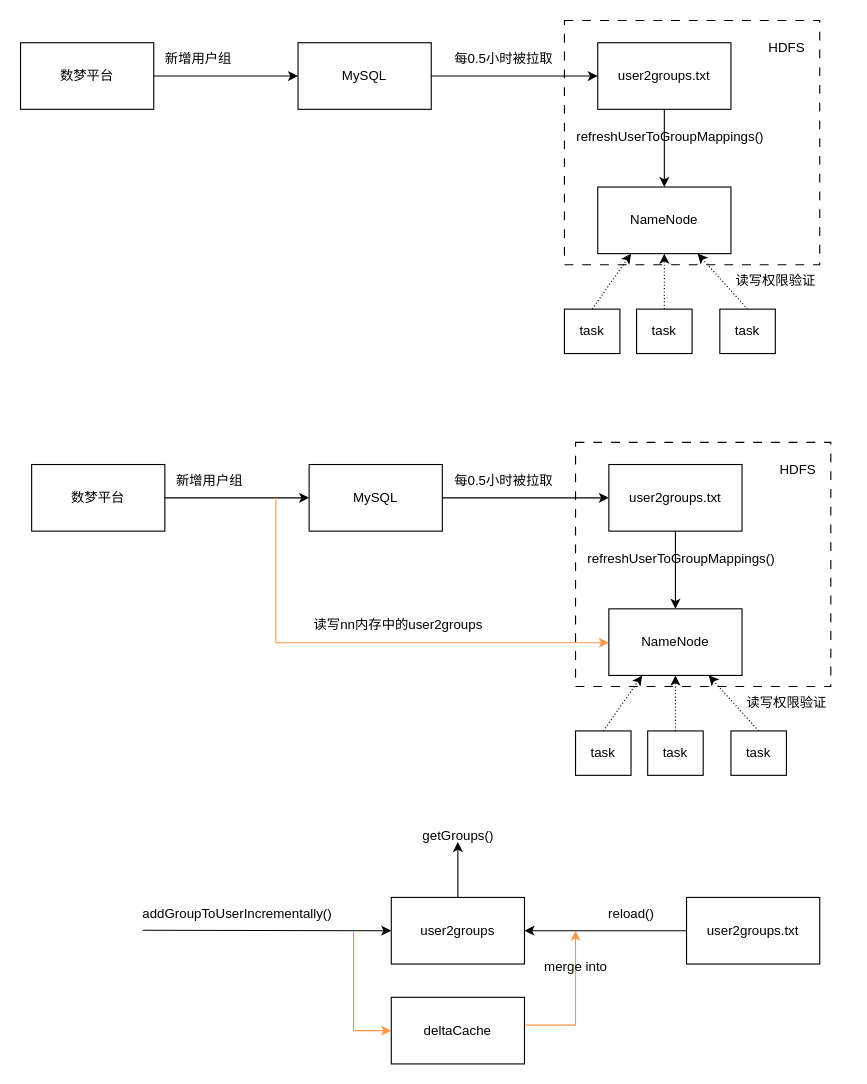
Before: refeshUser2Group.drawio in wmsj2000/drawio, a draw.io diagram. Source tidied: cells renumbered, new cells numbered last; positions are measured from the earlier drawing's top-left corner, leaving out a move shared by most shapes. Both pictures are drawn from the tidied source at 111%, with x=0, y=0 at pixel (20, 20).
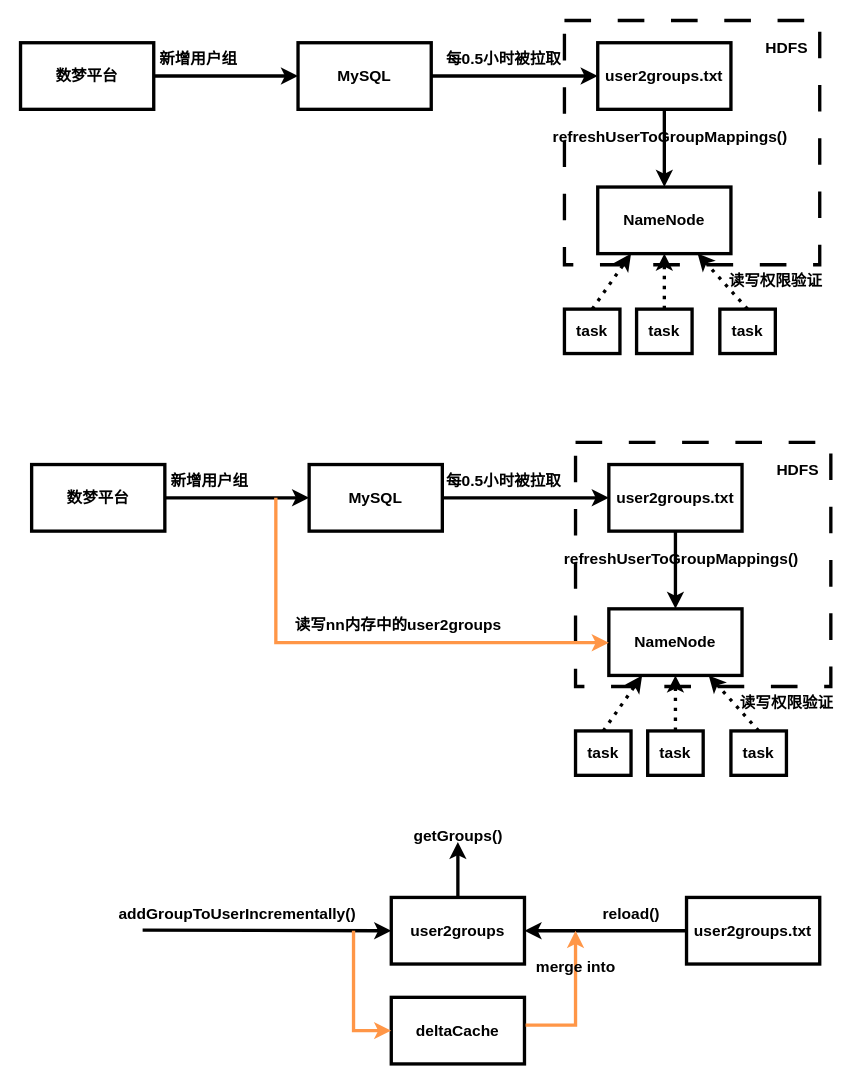
After the change.

Diff of the diagram source:
```diff
@@
-    <mxCell id="2" style="rounded=0;whiteSpace=wrap;html=1;dashed=1;dashPattern=8 8;" parent="1" vertex="1">
+    <mxCell id="2" style="rounded=0;whiteSpace=wrap;html=1;dashed=1;dashPattern=8 8;strokeWidth=3;fontStyle=1;fontSize=14;" parent="1" vertex="1">
       <mxGeometry x="490" width="230" height="220" as="geometry" />
     </mxCell>
-    <mxCell id="3" value="数梦平台" style="rounded=0;whiteSpace=wrap;html=1;" parent="1" vertex="1">
+    <mxCell id="3" value="数梦平台" style="rounded=0;whiteSpace=wrap;html=1;strokeWidth=3;fontStyle=1;fontSize=14;" parent="1" vertex="1">
       <mxGeometry y="20" width="120" height="60" as="geometry" />
     </mxCell>
-    <mxCell id="4" value="MySQL" style="rounded=0;whiteSpace=wrap;html=1;" parent="1" vertex="1">
+    <mxCell id="4" value="MySQL" style="rounded=0;whiteSpace=wrap;html=1;strokeWidth=3;fontStyle=1;fontSize=14;" parent="1" vertex="1">
       <mxGeometry x="250" y="20" width="120" height="60" as="geometry" />
     </mxCell>
-    <mxCell id="5" value="user2groups.txt" style="rounded=0;whiteSpace=wrap;html=1;" parent="1" vertex="1">
+    <mxCell id="5" value="user2groups.txt" style="rounded=0;whiteSpace=wrap;html=1;strokeWidth=3;fontStyle=1;fontSize=14;" parent="1" vertex="1">
       <mxGeometry x="520" y="20" width="120" height="60" as="geometry" />
     </mxCell>
-    <mxCell id="6" value="NameNode" style="rounded=0;whiteSpace=wrap;html=1;" parent="1" vertex="1">
+    <mxCell id="6" value="NameNode" style="rounded=0;whiteSpace=wrap;html=1;strokeWidth=3;fontStyle=1;fontSize=14;" parent="1" vertex="1">
       <mxGeometry x="520" y="150" width="120" height="60" as="geometry" />
     </mxCell>
-    <mxCell id="7" style="endArrow=classic;html=1;rounded=0;exitX=1;exitY=0.5;exitDx=0;exitDy=0;entryX=0;entryY=0.5;entryDx=0;entryDy=0;" parent="1" edge="1" source="3" target="4">
+    <mxCell id="7" style="endArrow=classic;html=1;rounded=0;exitX=1;exitY=0.5;exitDx=0;exitDy=0;entryX=0;entryY=0.5;entryDx=0;entryDy=0;strokeWidth=3;fontStyle=1;fontSize=14;" parent="1" edge="1" source="3" target="4">
       <mxGeometry relative="1" as="geometry" />
     </mxCell>
-    <mxCell id="8" value="新增用户组" style="text;html=1;align=center;verticalAlign=middle;strokeColor=none;fillColor=none;" parent="1" vertex="1">
-      <mxGeometry x="120" y="20" width="80" height="30" as="geometry" />
+    <mxCell id="8" value="新增用户组" style="text;html=1;align=center;verticalAlign=middle;strokeColor=none;fillColor=none;strokeWidth=3;fontStyle=1;fontSize=14;" parent="1" vertex="1">
+      <mxGeometry x="115" y="20" width="90" height="30" as="geometry" />
     </mxCell>
-    <mxCell id="9" style="endArrow=classic;html=1;rounded=0;exitX=1;exitY=0.5;exitDx=0;exitDy=0;" parent="1" edge="1" source="4" target="5">
+    <mxCell id="9" style="endArrow=classic;html=1;rounded=0;exitX=1;exitY=0.5;exitDx=0;exitDy=0;strokeWidth=3;fontStyle=1;fontSize=14;" parent="1" edge="1" source="4" target="5">
       <mxGeometry relative="1" as="geometry" />
     </mxCell>
-    <mxCell id="10" style="endArrow=classic;html=1;rounded=0;exitX=0.5;exitY=1;exitDx=0;exitDy=0;" parent="1" edge="1" source="5" target="6">
+    <mxCell id="10" style="endArrow=classic;html=1;rounded=0;exitX=0.5;exitY=1;exitDx=0;exitDy=0;strokeWidth=3;fontStyle=1;fontSize=14;" parent="1" edge="1" source="5" target="6">
       <mxGeometry relative="1" as="geometry" />
     </mxCell>
-    <mxCell id="11" value="refreshUserToGroupMappings()" style="text;html=1;align=center;verticalAlign=middle;strokeColor=none;fillColor=none;" parent="1" vertex="1">
-      <mxGeometry x="490" y="90" width="190" height="30" as="geometry" />
+    <mxCell id="11" value="refreshUserToGroupMappings()" style="text;html=1;align=center;verticalAlign=middle;strokeColor=none;fillColor=none;strokeWidth=3;fontStyle=1;fontSize=14;" parent="1" vertex="1">
+      <mxGeometry x="475" y="90" width="220" height="30" as="geometry" />
     </mxCell>
-    <mxCell id="12" value="HDFS" style="text;html=1;align=center;verticalAlign=middle;strokeColor=none;fillColor=none;" parent="1" vertex="1">
+    <mxCell id="12" value="HDFS" style="text;html=1;align=center;verticalAlign=middle;strokeColor=none;fillColor=none;strokeWidth=3;fontStyle=1;fontSize=14;" parent="1" vertex="1">
       <mxGeometry x="660" y="10" width="60" height="30" as="geometry" />
     </mxCell>
-    <mxCell id="13" value="读写权限验证" style="text;html=1;align=center;verticalAlign=middle;strokeColor=none;fillColor=none;" parent="1" vertex="1">
-      <mxGeometry x="630" y="220" width="100" height="30" as="geometry" />
+    <mxCell id="13" value="读写权限验证" style="text;html=1;align=center;verticalAlign=middle;strokeColor=none;fillColor=none;strokeWidth=3;fontStyle=1;fontSize=14;" parent="1" vertex="1">
+      <mxGeometry x="625" y="220" width="110" height="30" as="geometry" />
     </mxCell>
-    <mxCell id="14" value="task" style="rounded=0;whiteSpace=wrap;html=1;" parent="1" vertex="1">
+    <mxCell id="14" value="task" style="rounded=0;whiteSpace=wrap;html=1;strokeWidth=3;fontStyle=1;fontSize=14;" parent="1" vertex="1">
       <mxGeometry x="555" y="260" width="50" height="40" as="geometry" />
     </mxCell>
-    <mxCell id="15" value="task" style="rounded=0;whiteSpace=wrap;html=1;" parent="1" vertex="1">
+    <mxCell id="15" value="task" style="rounded=0;whiteSpace=wrap;html=1;strokeWidth=3;fontStyle=1;fontSize=14;" parent="1" vertex="1">
       <mxGeometry x="490" y="260" width="50" height="40" as="geometry" />
     </mxCell>
-    <mxCell id="16" style="endArrow=classic;html=1;rounded=0;entryX=0.25;entryY=1;entryDx=0;entryDy=0;exitX=0.5;exitY=0;exitDx=0;exitDy=0;dashed=1;dashPattern=1 2;" parent="1" edge="1" source="15">
+    <mxCell id="16" style="endArrow=classic;html=1;rounded=0;entryX=0.25;entryY=1;entryDx=0;entryDy=0;exitX=0.5;exitY=0;exitDx=0;exitDy=0;dashed=1;dashPattern=1 2;strokeWidth=3;fontStyle=1;fontSize=14;" parent="1" edge="1" source="15">
       <mxGeometry relative="1" as="geometry">
         <mxPoint x="550" y="210" as="targetPoint" />
       </mxGeometry>
     </mxCell>
-    <mxCell id="17" value="task" style="rounded=0;whiteSpace=wrap;html=1;" parent="1" vertex="1">
+    <mxCell id="17" value="task" style="rounded=0;whiteSpace=wrap;html=1;strokeWidth=3;fontStyle=1;fontSize=14;" parent="1" vertex="1">
       <mxGeometry x="630" y="260" width="50" height="40" as="geometry" />
     </mxCell>
-    <mxCell id="18" style="endArrow=classic;html=1;rounded=0;entryX=0.75;entryY=1;entryDx=0;entryDy=0;exitX=0.5;exitY=0;exitDx=0;exitDy=0;dashed=1;dashPattern=1 2;" parent="1" edge="1" source="17">
+    <mxCell id="18" style="endArrow=classic;html=1;rounded=0;entryX=0.75;entryY=1;entryDx=0;entryDy=0;exitX=0.5;exitY=0;exitDx=0;exitDy=0;dashed=1;dashPattern=1 2;strokeWidth=3;fontStyle=1;fontSize=14;" parent="1" edge="1" source="17">
       <mxGeometry relative="1" as="geometry">
         <mxPoint x="610" y="210" as="targetPoint" />
       </mxGeometry>
     </mxCell>
-    <mxCell id="19" style="endArrow=classic;html=1;rounded=0;entryX=0.5;entryY=1;entryDx=0;entryDy=0;exitX=0.5;exitY=0;exitDx=0;exitDy=0;dashed=1;dashPattern=1 2;" parent="1" edge="1" source="14">
+    <mxCell id="19" style="endArrow=classic;html=1;rounded=0;entryX=0.5;entryY=1;entryDx=0;entryDy=0;exitX=0.5;exitY=0;exitDx=0;exitDy=0;dashed=1;dashPattern=1 2;strokeWidth=3;fontStyle=1;fontSize=14;" parent="1" edge="1" source="14">
       <mxGeometry relative="1" as="geometry">
         <mxPoint x="580" y="210" as="targetPoint" />
       </mxGeometry>
     </mxCell>
-    <mxCell id="20" value="每0.5小时被拉取" style="text;html=1;align=center;verticalAlign=middle;strokeColor=none;fillColor=none;" parent="1" vertex="1">
-      <mxGeometry x="380" y="20" width="110" height="30" as="geometry" />
+    <mxCell id="20" value="每0.5小时被拉取" style="text;html=1;align=center;verticalAlign=middle;strokeColor=none;fillColor=none;strokeWidth=3;fontStyle=1;fontSize=14;" parent="1" vertex="1">
+      <mxGeometry x="370" y="20" width="130" height="30" as="geometry" />
     </mxCell>
-    <mxCell id="21" style="rounded=0;whiteSpace=wrap;html=1;dashed=1;dashPattern=8 8;" parent="1" vertex="1">
+    <mxCell id="21" style="rounded=0;whiteSpace=wrap;html=1;dashed=1;dashPattern=8 8;fontSize=14;fontStyle=1;strokeWidth=3;" parent="1" vertex="1">
       <mxGeometry x="500" y="380" width="230" height="220" as="geometry" />
     </mxCell>
-    <mxCell id="22" value="数梦平台" style="rounded=0;whiteSpace=wrap;html=1;" parent="1" vertex="1">
+    <mxCell id="22" value="数梦平台" style="rounded=0;whiteSpace=wrap;html=1;fontSize=14;fontStyle=1;strokeWidth=3;" parent="1" vertex="1">
       <mxGeometry x="10" y="400" width="120" height="60" as="geometry" />
     </mxCell>
-    <mxCell id="23" value="MySQL" style="rounded=0;whiteSpace=wrap;html=1;" parent="1" vertex="1">
+    <mxCell id="23" value="MySQL" style="rounded=0;whiteSpace=wrap;html=1;fontSize=14;fontStyle=1;strokeWidth=3;" parent="1" vertex="1">
       <mxGeometry x="260" y="400" width="120" height="60" as="geometry" />
     </mxCell>
-    <mxCell id="24" value="user2groups.txt" style="rounded=0;whiteSpace=wrap;html=1;" parent="1" vertex="1">
+    <mxCell id="24" value="user2groups.txt" style="rounded=0;whiteSpace=wrap;html=1;fontSize=14;fontStyle=1;strokeWidth=3;" parent="1" vertex="1">
       <mxGeometry x="530" y="400" width="120" height="60" as="geometry" />
     </mxCell>
-    <mxCell id="25" value="NameNode" style="rounded=0;whiteSpace=wrap;html=1;" parent="1" vertex="1">
+    <mxCell id="25" value="NameNode" style="rounded=0;whiteSpace=wrap;html=1;fontSize=14;fontStyle=1;strokeWidth=3;" parent="1" vertex="1">
       <mxGeometry x="530" y="530" width="120" height="60" as="geometry" />
     </mxCell>
-    <mxCell id="26" style="endArrow=classic;html=1;rounded=0;exitX=1;exitY=0.5;exitDx=0;exitDy=0;entryX=0;entryY=0.5;entryDx=0;entryDy=0;" parent="1" edge="1" source="22" target="23">
+    <mxCell id="26" style="endArrow=classic;html=1;rounded=0;exitX=1;exitY=0.5;exitDx=0;exitDy=0;entryX=0;entryY=0.5;entryDx=0;entryDy=0;fontSize=14;fontStyle=1;strokeWidth=3;" parent="1" edge="1" source="22" target="23">
       <mxGeometry relative="1" as="geometry" />
     </mxCell>
-    <mxCell id="27" style="endArrow=classic;html=1;rounded=0;exitX=1;exitY=0.5;exitDx=0;exitDy=0;" parent="1" edge="1" source="23" target="24">
+    <mxCell id="27" style="endArrow=classic;html=1;rounded=0;exitX=1;exitY=0.5;exitDx=0;exitDy=0;fontSize=14;fontStyle=1;strokeWidth=3;" parent="1" edge="1" source="23" target="24">
       <mxGeometry relative="1" as="geometry" />
     </mxCell>
-    <mxCell id="28" style="endArrow=classic;html=1;rounded=0;exitX=0.5;exitY=1;exitDx=0;exitDy=0;" parent="1" edge="1" source="24" target="25">
+    <mxCell id="28" style="endArrow=classic;html=1;rounded=0;exitX=0.5;exitY=1;exitDx=0;exitDy=0;fontSize=14;fontStyle=1;strokeWidth=3;" parent="1" edge="1" source="24" target="25">
       <mxGeometry relative="1" as="geometry" />
     </mxCell>
-    <mxCell id="29" value="refreshUserToGroupMappings()" style="text;html=1;align=center;verticalAlign=middle;strokeColor=none;fillColor=none;" parent="1" vertex="1">
-      <mxGeometry x="500" y="470" width="190" height="30" as="geometry" />
+    <mxCell id="29" value="refreshUserToGroupMappings()" style="text;html=1;align=center;verticalAlign=middle;strokeColor=none;fillColor=none;fontSize=14;fontStyle=1;strokeWidth=3;" parent="1" vertex="1">
+      <mxGeometry x="485" y="470" width="220" height="30" as="geometry" />
     </mxCell>
-    <mxCell id="30" value="HDFS" style="text;html=1;align=center;verticalAlign=middle;strokeColor=none;fillColor=none;" parent="1" vertex="1">
+    <mxCell id="30" value="HDFS" style="text;html=1;align=center;verticalAlign=middle;strokeColor=none;fillColor=none;fontSize=14;fontStyle=1;strokeWidth=3;" parent="1" vertex="1">
       <mxGeometry x="670" y="390" width="60" height="30" as="geometry" />
     </mxCell>
-    <mxCell id="31" value="读写权限验证" style="text;html=1;align=center;verticalAlign=middle;strokeColor=none;fillColor=none;" parent="1" vertex="1">
-      <mxGeometry x="640" y="600" width="100" height="30" as="geometry" />
+    <mxCell id="31" value="读写权限验证" style="text;html=1;align=center;verticalAlign=middle;strokeColor=none;fillColor=none;fontSize=14;fontStyle=1;strokeWidth=3;" parent="1" vertex="1">
+      <mxGeometry x="635" y="600" width="110" height="30" as="geometry" />
     </mxCell>
-    <mxCell id="32" value="task" style="rounded=0;whiteSpace=wrap;html=1;" parent="1" vertex="1">
+    <mxCell id="32" value="task" style="rounded=0;whiteSpace=wrap;html=1;fontSize=14;fontStyle=1;strokeWidth=3;" parent="1" vertex="1">
       <mxGeometry x="565" y="640" width="50" height="40" as="geometry" />
     </mxCell>
-    <mxCell id="33" value="task" style="rounded=0;whiteSpace=wrap;html=1;" parent="1" vertex="1">
+    <mxCell id="33" value="task" style="rounded=0;whiteSpace=wrap;html=1;fontSize=14;fontStyle=1;strokeWidth=3;" parent="1" vertex="1">
       <mxGeometry x="500" y="640" width="50" height="40" as="geometry" />
     </mxCell>
-    <mxCell id="34" style="endArrow=classic;html=1;rounded=0;entryX=0.25;entryY=1;entryDx=0;entryDy=0;exitX=0.5;exitY=0;exitDx=0;exitDy=0;dashed=1;dashPattern=1 2;" parent="1" edge="1" source="33">
+    <mxCell id="34" style="endArrow=classic;html=1;rounded=0;entryX=0.25;entryY=1;entryDx=0;entryDy=0;exitX=0.5;exitY=0;exitDx=0;exitDy=0;dashed=1;dashPattern=1 2;fontSize=14;fontStyle=1;strokeWidth=3;" parent="1" edge="1" source="33">
       <mxGeometry relative="1" as="geometry">
         <mxPoint x="560" y="590" as="targetPoint" />
       </mxGeometry>
     </mxCell>
-    <mxCell id="35" value="task" style="rounded=0;whiteSpace=wrap;html=1;" parent="1" vertex="1">
+    <mxCell id="35" value="task" style="rounded=0;whiteSpace=wrap;html=1;fontSize=14;fontStyle=1;strokeWidth=3;" parent="1" vertex="1">
       <mxGeometry x="640" y="640" width="50" height="40" as="geometry" />
     </mxCell>
-    <mxCell id="36" style="endArrow=classic;html=1;rounded=0;entryX=0.75;entryY=1;entryDx=0;entryDy=0;exitX=0.5;exitY=0;exitDx=0;exitDy=0;dashed=1;dashPattern=1 2;" parent="1" edge="1" source="35">
+    <mxCell id="36" style="endArrow=classic;html=1;rounded=0;entryX=0.75;entryY=1;entryDx=0;entryDy=0;exitX=0.5;exitY=0;exitDx=0;exitDy=0;dashed=1;dashPattern=1 2;fontSize=14;fontStyle=1;strokeWidth=3;" parent="1" edge="1" source="35">
       <mxGeometry relative="1" as="geometry">
         <mxPoint x="620" y="590" as="targetPoint" />
       </mxGeometry>
     </mxCell>
-    <mxCell id="37" style="endArrow=classic;html=1;rounded=0;entryX=0.5;entryY=1;entryDx=0;entryDy=0;exitX=0.5;exitY=0;exitDx=0;exitDy=0;dashed=1;dashPattern=1 2;" parent="1" edge="1" source="32">
+    <mxCell id="37" style="endArrow=classic;html=1;rounded=0;entryX=0.5;entryY=1;entryDx=0;entryDy=0;exitX=0.5;exitY=0;exitDx=0;exitDy=0;dashed=1;dashPattern=1 2;fontSize=14;fontStyle=1;strokeWidth=3;" parent="1" edge="1" source="32">
       <mxGeometry relative="1" as="geometry">
         <mxPoint x="590" y="590" as="targetPoint" />
       </mxGeometry>
     </mxCell>
-    <mxCell id="38" style="edgeStyle=segmentEdgeStyle;endArrow=classic;html=1;curved=0;rounded=0;strokeColor=#FF9647;" parent="1" edge="1">
+    <mxCell id="38" style="edgeStyle=segmentEdgeStyle;endArrow=classic;html=1;curved=0;rounded=0;strokeColor=#FF9647;fontSize=14;fontStyle=1;strokeWidth=3;" parent="1" edge="1">
       <mxGeometry relative="1" as="geometry">
         <mxPoint x="230" y="430" as="sourcePoint" />
         <mxPoint x="530" y="560.5" as="targetPoint" />
         <Array as="points">
           <mxPoint x="230" y="450" />
           <mxPoint x="230" y="561" />
         </Array>
       </mxGeometry>
     </mxCell>
-    <mxCell id="39" value="读写nn内存中的user2groups" style="text;html=1;align=center;verticalAlign=middle;strokeColor=none;fillColor=none;" parent="1" vertex="1">
-      <mxGeometry x="250" y="530" width="180" height="30" as="geometry" />
+    <mxCell id="39" value="读写nn内存中的user2groups" style="text;html=1;align=center;verticalAlign=middle;strokeColor=none;fillColor=none;fontSize=14;fontStyle=1;strokeWidth=3;" parent="1" vertex="1">
+      <mxGeometry x="240" y="530" width="200" height="30" as="geometry" />
     </mxCell>
-    <mxCell id="40" value="每0.5小时被拉取" style="text;html=1;align=center;verticalAlign=middle;strokeColor=none;fillColor=none;" parent="1" vertex="1">
-      <mxGeometry x="380" y="400" width="110" height="30" as="geometry" />
+    <mxCell id="40" value="每0.5小时被拉取" style="text;html=1;align=center;verticalAlign=middle;strokeColor=none;fillColor=none;fontSize=14;fontStyle=1;strokeWidth=3;" parent="1" vertex="1">
+      <mxGeometry x="370" y="400" width="130" height="30" as="geometry" />
     </mxCell>
-    <mxCell id="41" value="新增用户组" style="text;html=1;align=center;verticalAlign=middle;strokeColor=none;fillColor=none;" parent="1" vertex="1">
-      <mxGeometry x="130" y="400" width="80" height="30" as="geometry" />
+    <mxCell id="41" value="新增用户组" style="text;html=1;align=center;verticalAlign=middle;strokeColor=none;fillColor=none;fontSize=14;fontStyle=1;strokeWidth=3;" parent="1" vertex="1">
+      <mxGeometry x="125" y="400" width="90" height="30" as="geometry" />
     </mxCell>
-    <mxCell id="42" value="user2groups" style="rounded=0;whiteSpace=wrap;html=1;" parent="1" vertex="1">
+    <mxCell id="42" value="user2groups" style="rounded=0;whiteSpace=wrap;html=1;fontSize=14;fontStyle=1;strokeWidth=3;" parent="1" vertex="1">
       <mxGeometry x="334" y="790" width="120" height="60" as="geometry" />
     </mxCell>
-    <mxCell id="43" value="deltaCache" style="rounded=0;whiteSpace=wrap;html=1;" parent="1" vertex="1">
+    <mxCell id="43" value="deltaCache" style="rounded=0;whiteSpace=wrap;html=1;fontSize=14;fontStyle=1;strokeWidth=3;" parent="1" vertex="1">
       <mxGeometry x="334" y="880" width="120" height="60" as="geometry" />
     </mxCell>
-    <mxCell id="44" style="endArrow=classic;html=1;rounded=0;exitX=1;exitY=0.5;exitDx=0;exitDy=0;entryX=0;entryY=0.5;entryDx=0;entryDy=0;" parent="1" edge="1" target="42">
+    <mxCell id="44" style="endArrow=classic;html=1;rounded=0;exitX=1;exitY=0.5;exitDx=0;exitDy=0;entryX=0;entryY=0.5;entryDx=0;entryDy=0;fontSize=14;fontStyle=1;strokeWidth=3;" parent="1" edge="1" target="42">
       <mxGeometry relative="1" as="geometry">
         <mxPoint x="110" y="819.5" as="sourcePoint" />
       </mxGeometry>
     </mxCell>
-    <mxCell id="45" value="addGroupToUserIncrementally()" style="text;html=1;align=center;verticalAlign=middle;strokeColor=none;fillColor=none;" parent="1" vertex="1">
-      <mxGeometry x="100" y="790" width="190" height="30" as="geometry" />
+    <mxCell id="45" value="addGroupToUserIncrementally()" style="text;html=1;align=center;verticalAlign=middle;strokeColor=none;fillColor=none;fontSize=14;fontStyle=1;strokeWidth=3;" parent="1" vertex="1">
+      <mxGeometry x="85" y="790" width="220" height="30" as="geometry" />
     </mxCell>
-    <mxCell id="46" style="edgeStyle=segmentEdgeStyle;endArrow=classic;html=1;curved=0;rounded=0;strokeColor=#FF9647;entryX=0;entryY=0.5;entryDx=0;entryDy=0;" parent="1" edge="1" target="43">
+    <mxCell id="46" style="edgeStyle=segmentEdgeStyle;endArrow=classic;html=1;curved=0;rounded=0;strokeColor=#FF9647;entryX=0;entryY=0.5;entryDx=0;entryDy=0;fontSize=14;fontStyle=1;strokeWidth=3;" parent="1" edge="1" target="43">
       <mxGeometry relative="1" as="geometry">
         <mxPoint x="300" y="820" as="sourcePoint" />
         <Array as="points">
           <mxPoint x="300" y="910" />
         </Array>
       </mxGeometry>
     </mxCell>
-    <mxCell id="47" style="endArrow=classic;html=1;rounded=0;exitX=0.5;exitY=0;exitDx=0;exitDy=0;strokeColor=default;align=center;verticalAlign=middle;fontFamily=Helvetica;fontSize=11;fontColor=default;labelBackgroundColor=default;" parent="1" edge="1" source="42">
+    <mxCell id="47" style="endArrow=classic;html=1;rounded=0;exitX=0.5;exitY=0;exitDx=0;exitDy=0;strokeColor=default;align=center;verticalAlign=middle;fontFamily=Helvetica;fontSize=14;fontColor=default;labelBackgroundColor=default;fontStyle=1;strokeWidth=3;" parent="1" edge="1" source="42">
       <mxGeometry relative="1" as="geometry">
         <mxPoint x="394" y="740" as="targetPoint" />
       </mxGeometry>
     </mxCell>
-    <mxCell id="48" value="getGroups()" style="text;html=1;align=center;verticalAlign=middle;strokeColor=none;fillColor=none;" parent="1" vertex="1">
-      <mxGeometry x="349" y="720" width="90" height="30" as="geometry" />
+    <mxCell id="48" value="getGroups()" style="text;html=1;align=center;verticalAlign=middle;strokeColor=none;fillColor=none;fontSize=14;fontStyle=1;strokeWidth=3;" parent="1" vertex="1">
+      <mxGeometry x="344" y="720" width="100" height="30" as="geometry" />
     </mxCell>
-    <mxCell id="49" value="user2groups.txt" style="rounded=0;whiteSpace=wrap;html=1;" parent="1" vertex="1">
+    <mxCell id="49" value="user2groups.txt" style="rounded=0;whiteSpace=wrap;html=1;fontSize=14;fontStyle=1;strokeWidth=3;" parent="1" vertex="1">
       <mxGeometry x="600" y="790" width="120" height="60" as="geometry" />
     </mxCell>
-    <mxCell id="50" style="endArrow=classic;html=1;rounded=0;exitX=0;exitY=0.5;exitDx=0;exitDy=0;strokeColor=default;align=center;verticalAlign=middle;fontFamily=Helvetica;fontSize=11;fontColor=default;labelBackgroundColor=default;entryX=1;entryY=0.5;entryDx=0;entryDy=0;" parent="1" edge="1" source="49" target="42">
+    <mxCell id="50" style="endArrow=classic;html=1;rounded=0;exitX=0;exitY=0.5;exitDx=0;exitDy=0;strokeColor=default;align=center;verticalAlign=middle;fontFamily=Helvetica;fontSize=14;fontColor=default;labelBackgroundColor=default;entryX=1;entryY=0.5;entryDx=0;entryDy=0;fontStyle=1;strokeWidth=3;" parent="1" edge="1" source="49" target="42">
       <mxGeometry relative="1" as="geometry" />
     </mxCell>
-    <mxCell id="51" value="reload()" style="text;html=1;align=center;verticalAlign=middle;strokeColor=none;fillColor=none;" parent="1" vertex="1">
-      <mxGeometry x="520" y="790" width="60" height="30" as="geometry" />
+    <mxCell id="51" value="reload()" style="text;html=1;align=center;verticalAlign=middle;strokeColor=none;fillColor=none;fontSize=14;fontStyle=1;strokeWidth=3;" parent="1" vertex="1">
+      <mxGeometry x="515" y="790" width="70" height="30" as="geometry" />
     </mxCell>
-    <mxCell id="52" style="edgeStyle=segmentEdgeStyle;endArrow=classic;html=1;curved=0;rounded=0;strokeColor=#FF9647;" parent="1" edge="1">
+    <mxCell id="52" style="edgeStyle=segmentEdgeStyle;endArrow=classic;html=1;curved=0;rounded=0;strokeColor=#FF9647;fontSize=14;fontStyle=1;strokeWidth=3;" parent="1" edge="1">
       <mxGeometry relative="1" as="geometry">
         <mxPoint x="455" y="905" as="sourcePoint" />
         <mxPoint x="500" y="820" as="targetPoint" />
         <Array as="points">
           <mxPoint x="500" y="905" />
         </Array>
       </mxGeometry>
     </mxCell>
-    <mxCell id="53" value="merge into" style="text;html=1;align=center;verticalAlign=middle;strokeColor=none;fillColor=none;" parent="1" vertex="1">
-      <mxGeometry x="460" y="838" width="80" height="30" as="geometry" />
+    <mxCell id="53" value="merge into" style="text;html=1;align=center;verticalAlign=middle;strokeColor=none;fillColor=none;fontSize=14;fontStyle=1;strokeWidth=3;" parent="1" vertex="1">
+      <mxGeometry x="455" y="838" width="90" height="30" as="geometry" />
     </mxCell>
```
